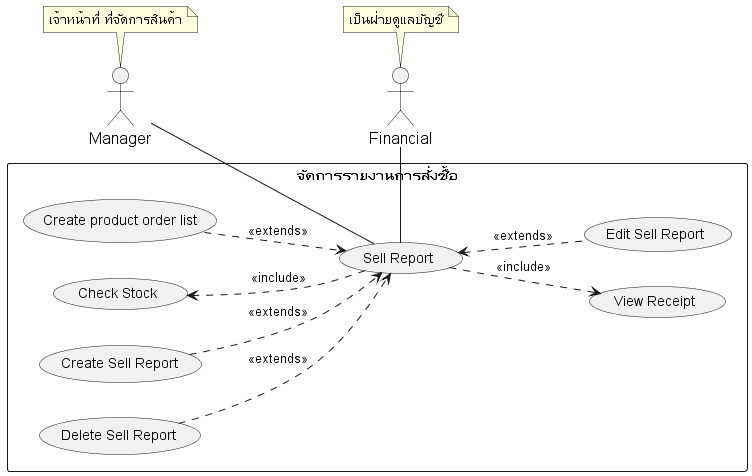
Earlier version of the PlantUML export out/system-analysis/usecase/_8_usecase-sell-report/_8_usecase-sell-report.png (billowdev/inventory-system-plantuml-sequelize-seeder-example). Its diagram source:
```plantuml
@startuml
left to right direction
skinparam sequence {
    ParticipantFontName Thai
    ParticipantFontSize 16
    ActorFontSize 16
    ActorFontName Thai
}

skinparam Participant{
    FontColor #efefef
    BorderColor #c0c0c0
}
skinparam Sequence{
    ParticipantBorderThickness .5
    LifeLineBorderColor #8a8a8a
}


actor Manager as actorManager
note top of actorManager : เจ้าหน้าที่ ที่จัดการสินค้า

actor Financial as actorFinancial
note top of actorFinancial : เป็นฝ่ายดูแลบัญชี



rectangle "จัดการรายงานการสั่งซื้อ" as manageSellReport {

    usecase (Sell Report) as (usecaseSellReport)



    usecase (View Receipt) as (usecaseViewReceipt)



    usecase (Create product order list) as (usecaseCreateProductOrderList)

    usecase (Check Stock) as (usecaseCheckStock)

  usecase (Create Sell Report) as (usecaseCreateSellReport)
    usecase (Edit Sell Report) as (usecaseEditSellReport)
    usecase (Delete Sell Report) as (usecaseDeleteSellReport)



    actorManager -- (usecaseSellReport)
    actorFinancial -right- (usecaseSellReport)



    (usecaseSellReport) ..> (usecaseViewReceipt)    : <<include>>
    (usecaseCheckStock)  <.. (usecaseSellReport)  : <<include>>
    (usecaseCreateProductOrderList) ..>  (usecaseSellReport)   : <<extends>>

    (usecaseCreateSellReport) ..>  (usecaseSellReport)   : <<extends>>
    (usecaseSellReport)   <.. (usecaseEditSellReport)   : <<extends>>
    (usecaseDeleteSellReport) ..>  (usecaseSellReport)   : <<extends>>







}

@enduml
```
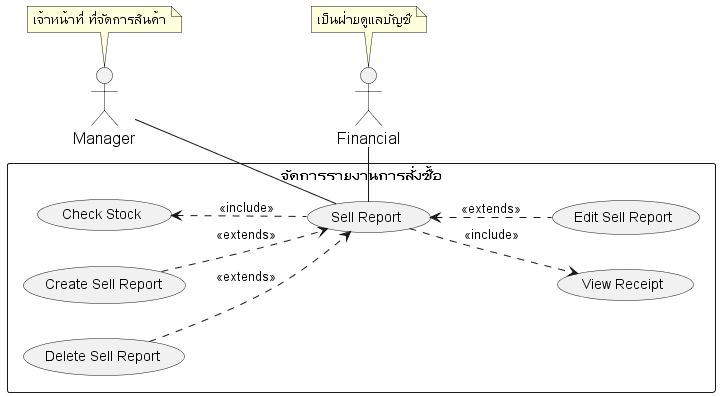
After the change.

Commit message:
view sell report

Diff of the diagram source:
```diff
@@ -35,7 +35,6 @@
 
 
 
-    usecase (Create product order list) as (usecaseCreateProductOrderList)
 
     usecase (Check Stock) as (usecaseCheckStock)
 
@@ -52,7 +51,6 @@
 
     (usecaseSellReport) ..> (usecaseViewReceipt)    : <<include>>
     (usecaseCheckStock)  <.. (usecaseSellReport)  : <<include>>
-    (usecaseCreateProductOrderList) ..>  (usecaseSellReport)   : <<extends>>
 
     (usecaseCreateSellReport) ..>  (usecaseSellReport)   : <<extends>>
     (usecaseSellReport)   <.. (usecaseEditSellReport)   : <<extends>>
```
